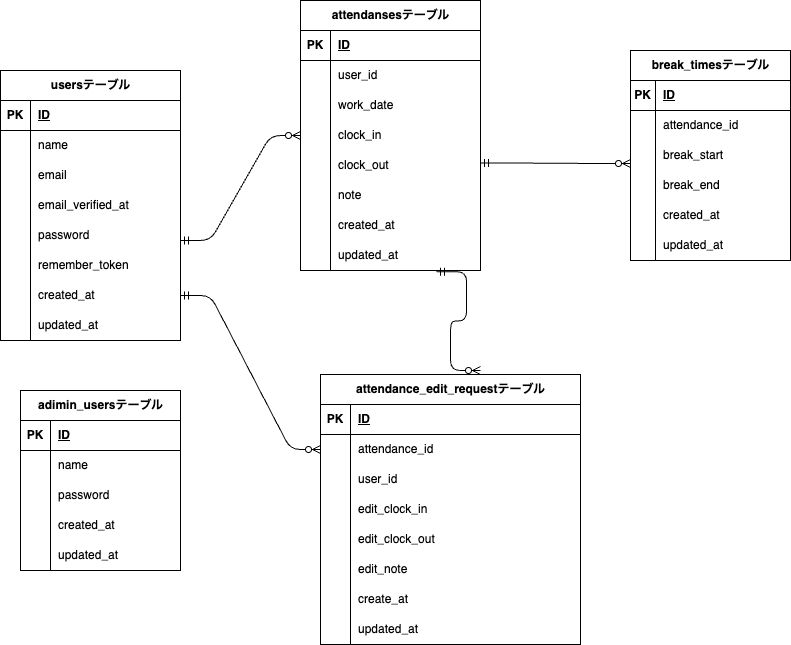
kazyuaki/attendance-app keeps this draw.io diagram as Mock-caseER.drawio.png. Above is the earlier version. Source tidied: cells renumbered, new cells last; positions are measured from the earlier drawing's top-left corner, leaving out a move shared by most shapes.
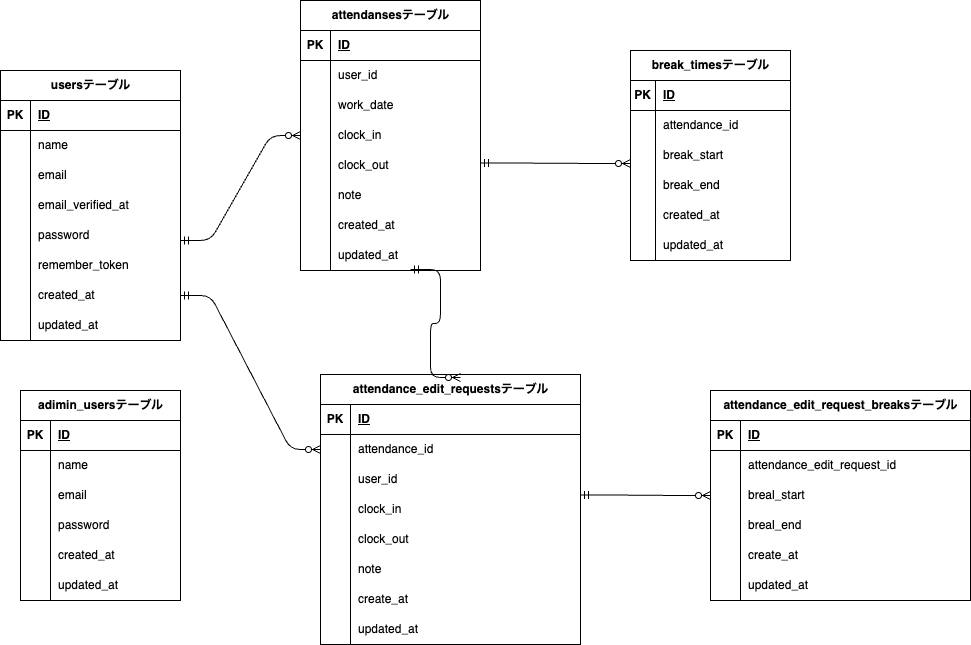
Above is the later version.

Change to the diagram source:
```diff
@@ -78,7 +78,7 @@
       <mxGeometry x="30" width="150" height="30" as="geometry" />
     </mxCell>
     <mxCell id="27" value="adimin_usersテーブル" style="shape=table;startSize=30;rowLines=0;fontStyle=1;align=center;html=1;" parent="1" vertex="1">
-      <mxGeometry x="20" y="390" width="160" height="180" as="geometry" />
+      <mxGeometry x="20" y="390" width="160" height="210" as="geometry" />
     </mxCell>
     <mxCell id="28" style="shape=tableRow;horizontal=0;startSize=0;swimlaneHead=0;swimlaneBody=0;fillColor=none;top=0;left=0;right=0;bottom=1;" parent="27" vertex="1">
       <mxGeometry y="30" width="160" height="30" as="geometry" />
@@ -104,7 +104,7 @@
     <mxCell id="35" style="shape=partialRectangle;fillColor=none;top=0;left=0;bottom=0;right=0;overflow=hidden;whiteSpace=wrap;html=1;" parent="34" vertex="1">
       <mxGeometry width="30" height="30" as="geometry" />
     </mxCell>
-    <mxCell id="36" value="password" style="shape=partialRectangle;fillColor=none;top=0;left=0;bottom=0;right=0;align=left;spacingLeft=6;overflow=hidden;whiteSpace=wrap;html=1;" parent="34" vertex="1">
+    <mxCell id="36" value="email" style="shape=partialRectangle;fillColor=none;top=0;left=0;bottom=0;right=0;align=left;spacingLeft=6;overflow=hidden;whiteSpace=wrap;html=1;" parent="34" vertex="1">
       <mxGeometry x="30" width="130" height="30" as="geometry" />
     </mxCell>
     <mxCell id="37" style="shape=tableRow;horizontal=0;startSize=0;swimlaneHead=0;swimlaneBody=0;fillColor=none;top=0;left=0;right=0;bottom=0;" parent="27" vertex="1">
@@ -113,7 +113,7 @@
     <mxCell id="38" style="shape=partialRectangle;fillColor=none;top=0;left=0;bottom=0;right=0;overflow=hidden;whiteSpace=wrap;html=1;" parent="37" vertex="1">
       <mxGeometry width="30" height="30" as="geometry" />
     </mxCell>
-    <mxCell id="39" value="&lt;span style=&quot;color: rgb(0, 0, 0);&quot;&gt;created_at&lt;/span&gt;" style="shape=partialRectangle;fillColor=none;top=0;left=0;bottom=0;right=0;align=left;spacingLeft=6;overflow=hidden;whiteSpace=wrap;html=1;" parent="37" vertex="1">
+    <mxCell id="39" value="&lt;span style=&quot;color: rgb(0, 0, 0);&quot;&gt;password&lt;/span&gt;" style="shape=partialRectangle;fillColor=none;top=0;left=0;bottom=0;right=0;align=left;spacingLeft=6;overflow=hidden;whiteSpace=wrap;html=1;" parent="37" vertex="1">
       <mxGeometry x="30" width="130" height="30" as="geometry" />
     </mxCell>
     <mxCell id="40" style="shape=tableRow;horizontal=0;startSize=0;swimlaneHead=0;swimlaneBody=0;fillColor=none;top=0;left=0;right=0;bottom=0;" parent="27" vertex="1">
@@ -122,9 +122,18 @@
     <mxCell id="41" style="shape=partialRectangle;fillColor=none;top=0;left=0;bottom=0;right=0;overflow=hidden;whiteSpace=wrap;html=1;" parent="40" vertex="1">
       <mxGeometry width="30" height="30" as="geometry" />
     </mxCell>
-    <mxCell id="42" value="updated_at" style="shape=partialRectangle;fillColor=none;top=0;left=0;bottom=0;right=0;align=left;spacingLeft=6;overflow=hidden;whiteSpace=wrap;html=1;" parent="40" vertex="1">
+    <mxCell id="42" value="&lt;span style=&quot;color: rgb(0, 0, 0);&quot;&gt;created_at&lt;/span&gt;" style="shape=partialRectangle;fillColor=none;top=0;left=0;bottom=0;right=0;align=left;spacingLeft=6;overflow=hidden;whiteSpace=wrap;html=1;" parent="40" vertex="1">
       <mxGeometry x="30" width="130" height="30" as="geometry" />
     </mxCell>
+    <mxCell id="116" style="shape=tableRow;horizontal=0;startSize=0;swimlaneHead=0;swimlaneBody=0;fillColor=none;top=0;left=0;right=0;bottom=0;" parent="27" vertex="1">
+      <mxGeometry y="180" width="160" height="30" as="geometry" />
+    </mxCell>
+    <mxCell id="117" style="shape=partialRectangle;fillColor=none;top=0;left=0;bottom=0;right=0;overflow=hidden;whiteSpace=wrap;html=1;" parent="116" vertex="1">
+      <mxGeometry width="30" height="30" as="geometry" />
+    </mxCell>
+    <mxCell id="118" value="updated_at" style="shape=partialRectangle;fillColor=none;top=0;left=0;bottom=0;right=0;align=left;spacingLeft=6;overflow=hidden;whiteSpace=wrap;html=1;" parent="116" vertex="1">
+      <mxGeometry x="30" width="130" height="30" as="geometry" />
+    </mxCell>
     <mxCell id="43" value="break_timesテーブル" style="shape=table;startSize=30;rowLines=0;fontStyle=1;align=center;html=1;" parent="1" vertex="1">
       <mxGeometry x="630" y="50" width="160" height="210" as="geometry" />
     </mxCell>
@@ -257,7 +266,7 @@
     <mxCell id="86" value="&lt;span style=&quot;color: rgb(0, 0, 0);&quot;&gt;updated_at&lt;/span&gt;" style="shape=partialRectangle;fillColor=none;top=0;left=0;bottom=0;right=0;align=left;spacingLeft=6;overflow=hidden;whiteSpace=wrap;html=1;" parent="84" vertex="1">
       <mxGeometry x="30" width="150" height="30" as="geometry" />
     </mxCell>
-    <mxCell id="87" value="attendance_edit_requestテーブル" style="shape=table;startSize=30;rowLines=0;fontStyle=1;align=center;html=1;" parent="1" vertex="1">
+    <mxCell id="87" value="attendance_edit_requestsテーブル" style="shape=table;startSize=30;rowLines=0;fontStyle=1;align=center;html=1;" parent="1" vertex="1">
       <mxGeometry x="320" y="374" width="260" height="270" as="geometry" />
     </mxCell>
     <mxCell id="88" style="shape=tableRow;horizontal=0;startSize=0;swimlaneHead=0;swimlaneBody=0;fillColor=none;top=0;left=0;right=0;bottom=1;" parent="87" vertex="1">
@@ -293,7 +302,7 @@
     <mxCell id="98" style="shape=partialRectangle;fillColor=none;top=0;left=0;bottom=0;right=0;overflow=hidden;whiteSpace=wrap;html=1;" parent="97" vertex="1">
       <mxGeometry width="30" height="30" as="geometry" />
     </mxCell>
-    <mxCell id="99" value="edit_clock_in" style="shape=partialRectangle;fillColor=none;top=0;left=0;bottom=0;right=0;align=left;spacingLeft=6;overflow=hidden;whiteSpace=wrap;html=1;" parent="97" vertex="1">
+    <mxCell id="99" value="clock_in" style="shape=partialRectangle;fillColor=none;top=0;left=0;bottom=0;right=0;align=left;spacingLeft=6;overflow=hidden;whiteSpace=wrap;html=1;" parent="97" vertex="1">
       <mxGeometry x="30" width="230" height="30" as="geometry" />
     </mxCell>
     <mxCell id="100" style="shape=tableRow;horizontal=0;startSize=0;swimlaneHead=0;swimlaneBody=0;fillColor=none;top=0;left=0;right=0;bottom=0;" parent="87" vertex="1">
@@ -302,7 +311,7 @@
     <mxCell id="101" style="shape=partialRectangle;fillColor=none;top=0;left=0;bottom=0;right=0;overflow=hidden;whiteSpace=wrap;html=1;" parent="100" vertex="1">
       <mxGeometry width="30" height="30" as="geometry" />
     </mxCell>
-    <mxCell id="102" value="edit_clock_out" style="shape=partialRectangle;fillColor=none;top=0;left=0;bottom=0;right=0;align=left;spacingLeft=6;overflow=hidden;whiteSpace=wrap;html=1;" parent="100" vertex="1">
+    <mxCell id="102" value="clock_out" style="shape=partialRectangle;fillColor=none;top=0;left=0;bottom=0;right=0;align=left;spacingLeft=6;overflow=hidden;whiteSpace=wrap;html=1;" parent="100" vertex="1">
       <mxGeometry x="30" width="230" height="30" as="geometry" />
     </mxCell>
     <mxCell id="103" style="shape=tableRow;horizontal=0;startSize=0;swimlaneHead=0;swimlaneBody=0;fillColor=none;top=0;left=0;right=0;bottom=0;" parent="87" vertex="1">
@@ -311,7 +320,7 @@
     <mxCell id="104" style="shape=partialRectangle;fillColor=none;top=0;left=0;bottom=0;right=0;overflow=hidden;whiteSpace=wrap;html=1;" parent="103" vertex="1">
       <mxGeometry width="30" height="30" as="geometry" />
     </mxCell>
-    <mxCell id="105" value="edit_note" style="shape=partialRectangle;fillColor=none;top=0;left=0;bottom=0;right=0;align=left;spacingLeft=6;overflow=hidden;whiteSpace=wrap;html=1;" parent="103" vertex="1">
+    <mxCell id="105" value="note" style="shape=partialRectangle;fillColor=none;top=0;left=0;bottom=0;right=0;align=left;spacingLeft=6;overflow=hidden;whiteSpace=wrap;html=1;" parent="103" vertex="1">
       <mxGeometry x="30" width="230" height="30" as="geometry" />
     </mxCell>
     <mxCell id="106" style="shape=tableRow;horizontal=0;startSize=0;swimlaneHead=0;swimlaneBody=0;fillColor=none;top=0;left=0;right=0;bottom=0;" parent="87" vertex="1">
@@ -348,10 +357,88 @@
         <mxPoint x="180" y="295" as="sourcePoint" />
       </mxGeometry>
     </mxCell>
-    <mxCell id="115" style="edgeStyle=entityRelationEdgeStyle;fontSize=12;html=1;endArrow=ERzeroToMany;startArrow=ERmandOne;exitX=0.756;exitY=1.038;exitDx=0;exitDy=0;exitPerimeter=0;" parent="1" edge="1" source="84">
+    <mxCell id="115" style="edgeStyle=entityRelationEdgeStyle;fontSize=12;html=1;endArrow=ERzeroToMany;startArrow=ERmandOne;exitX=0.611;exitY=0.967;exitDx=0;exitDy=0;exitPerimeter=0;" parent="1" edge="1" source="84">
       <mxGeometry relative="1" as="geometry">
-        <mxPoint x="480" y="370" as="targetPoint" />
+        <mxPoint x="460" y="377" as="targetPoint" />
+        <Array as="points">
+          <mxPoint x="480" y="210" />
+          <mxPoint x="480" y="230" />
+          <mxPoint x="490" y="340" />
+          <mxPoint x="450" y="340" />
+          <mxPoint x="468" y="301" />
+          <mxPoint x="500" y="340" />
+          <mxPoint x="440" y="301" />
+          <mxPoint x="590" y="460" />
+          <mxPoint x="507" y="270" />
+          <mxPoint x="460" y="221" />
+          <mxPoint x="580" y="460" />
+          <mxPoint x="510" y="370" />
+          <mxPoint x="380" y="171" />
+          <mxPoint x="500" y="281" />
+        </Array>
       </mxGeometry>
     </mxCell>
+    <mxCell id="119" value="attendance_edit_request_breaksテーブル" style="shape=table;startSize=30;rowLines=0;fontStyle=1;align=center;html=1;" parent="1" vertex="1">
+      <mxGeometry x="710" y="390" width="260" height="210" as="geometry" />
+    </mxCell>
+    <mxCell id="120" style="shape=tableRow;horizontal=0;startSize=0;swimlaneHead=0;swimlaneBody=0;fillColor=none;top=0;left=0;right=0;bottom=1;" parent="119" vertex="1">
+      <mxGeometry y="30" width="260" height="30" as="geometry" />
+    </mxCell>
+    <mxCell id="121" value="PK" style="shape=partialRectangle;fillColor=none;top=0;left=0;bottom=0;right=0;fontStyle=1;overflow=hidden;whiteSpace=wrap;html=1;" parent="120" vertex="1">
+      <mxGeometry width="30" height="30" as="geometry" />
+    </mxCell>
+    <mxCell id="122" value="ID" style="shape=partialRectangle;fillColor=none;top=0;left=0;bottom=0;right=0;align=left;spacingLeft=6;fontStyle=5;overflow=hidden;whiteSpace=wrap;html=1;" parent="120" vertex="1">
+      <mxGeometry x="30" width="230" height="30" as="geometry" />
+    </mxCell>
+    <mxCell id="123" style="shape=tableRow;horizontal=0;startSize=0;swimlaneHead=0;swimlaneBody=0;fillColor=none;top=0;left=0;right=0;bottom=0;" parent="119" vertex="1">
+      <mxGeometry y="60" width="260" height="30" as="geometry" />
+    </mxCell>
+    <mxCell id="124" style="shape=partialRectangle;fillColor=none;top=0;left=0;bottom=0;right=0;overflow=hidden;whiteSpace=wrap;html=1;" parent="123" vertex="1">
+      <mxGeometry width="30" height="30" as="geometry" />
+    </mxCell>
+    <mxCell id="125" value="attendance_edit_request_id" style="shape=partialRectangle;fillColor=none;top=0;left=0;bottom=0;right=0;align=left;spacingLeft=6;overflow=hidden;whiteSpace=wrap;html=1;" parent="123" vertex="1">
+      <mxGeometry x="30" width="230" height="30" as="geometry" />
+    </mxCell>
+    <mxCell id="126" style="shape=tableRow;horizontal=0;startSize=0;swimlaneHead=0;swimlaneBody=0;fillColor=none;points=[[0,0.5],[1,0.5]];portConstraint=eastwest;top=0;left=0;right=0;bottom=0;" parent="119" vertex="1">
+      <mxGeometry y="90" width="260" height="30" as="geometry" />
+    </mxCell>
+    <mxCell id="127" style="shape=partialRectangle;fillColor=none;top=0;left=0;bottom=0;right=0;overflow=hidden;whiteSpace=wrap;html=1;" parent="126" vertex="1">
+      <mxGeometry width="30" height="30" as="geometry" />
+    </mxCell>
+    <mxCell id="128" value="breal_start" style="shape=partialRectangle;fillColor=none;top=0;left=0;bottom=0;right=0;align=left;spacingLeft=6;overflow=hidden;whiteSpace=wrap;html=1;" parent="126" vertex="1">
+      <mxGeometry x="30" width="230" height="30" as="geometry" />
+    </mxCell>
+    <mxCell id="129" style="shape=tableRow;horizontal=0;startSize=0;swimlaneHead=0;swimlaneBody=0;fillColor=none;top=0;left=0;right=0;bottom=0;" parent="119" vertex="1">
+      <mxGeometry y="120" width="260" height="30" as="geometry" />
+    </mxCell>
+    <mxCell id="130" style="shape=partialRectangle;fillColor=none;top=0;left=0;bottom=0;right=0;overflow=hidden;whiteSpace=wrap;html=1;" parent="129" vertex="1">
+      <mxGeometry width="30" height="30" as="geometry" />
+    </mxCell>
+    <mxCell id="131" value="breal_end" style="shape=partialRectangle;fillColor=none;top=0;left=0;bottom=0;right=0;align=left;spacingLeft=6;overflow=hidden;whiteSpace=wrap;html=1;" parent="129" vertex="1">
+      <mxGeometry x="30" width="230" height="30" as="geometry" />
+    </mxCell>
+    <mxCell id="132" style="shape=tableRow;horizontal=0;startSize=0;swimlaneHead=0;swimlaneBody=0;fillColor=none;top=0;left=0;right=0;bottom=0;" parent="119" vertex="1">
+      <mxGeometry y="150" width="260" height="30" as="geometry" />
+    </mxCell>
+    <mxCell id="133" style="shape=partialRectangle;fillColor=none;top=0;left=0;bottom=0;right=0;overflow=hidden;whiteSpace=wrap;html=1;" parent="132" vertex="1">
+      <mxGeometry width="30" height="30" as="geometry" />
+    </mxCell>
+    <mxCell id="134" value="create_at" style="shape=partialRectangle;fillColor=none;top=0;left=0;bottom=0;right=0;align=left;spacingLeft=6;overflow=hidden;whiteSpace=wrap;html=1;" parent="132" vertex="1">
+      <mxGeometry x="30" width="230" height="30" as="geometry" />
+    </mxCell>
+    <mxCell id="135" style="shape=tableRow;horizontal=0;startSize=0;swimlaneHead=0;swimlaneBody=0;fillColor=none;top=0;left=0;right=0;bottom=0;" parent="119" vertex="1">
+      <mxGeometry y="180" width="260" height="30" as="geometry" />
+    </mxCell>
+    <mxCell id="136" style="shape=partialRectangle;fillColor=none;top=0;left=0;bottom=0;right=0;overflow=hidden;whiteSpace=wrap;html=1;" parent="135" vertex="1">
+      <mxGeometry width="30" height="30" as="geometry" />
+    </mxCell>
+    <mxCell id="137" value="updated_at" style="shape=partialRectangle;fillColor=none;top=0;left=0;bottom=0;right=0;align=left;spacingLeft=6;overflow=hidden;whiteSpace=wrap;html=1;" parent="135" vertex="1">
+      <mxGeometry x="30" width="230" height="30" as="geometry" />
+    </mxCell>
+    <mxCell id="138" style="edgeStyle=entityRelationEdgeStyle;fontSize=12;html=1;endArrow=ERzeroToMany;startArrow=ERmandOne;entryX=0;entryY=0.5;entryDx=0;entryDy=0;" parent="1" edge="1" target="126">
+      <mxGeometry relative="1" as="geometry">
+        <mxPoint x="580" y="494.5" as="sourcePoint" />
+      </mxGeometry>
+    </mxCell>
   </root>
 </mxGraphModel>
```
